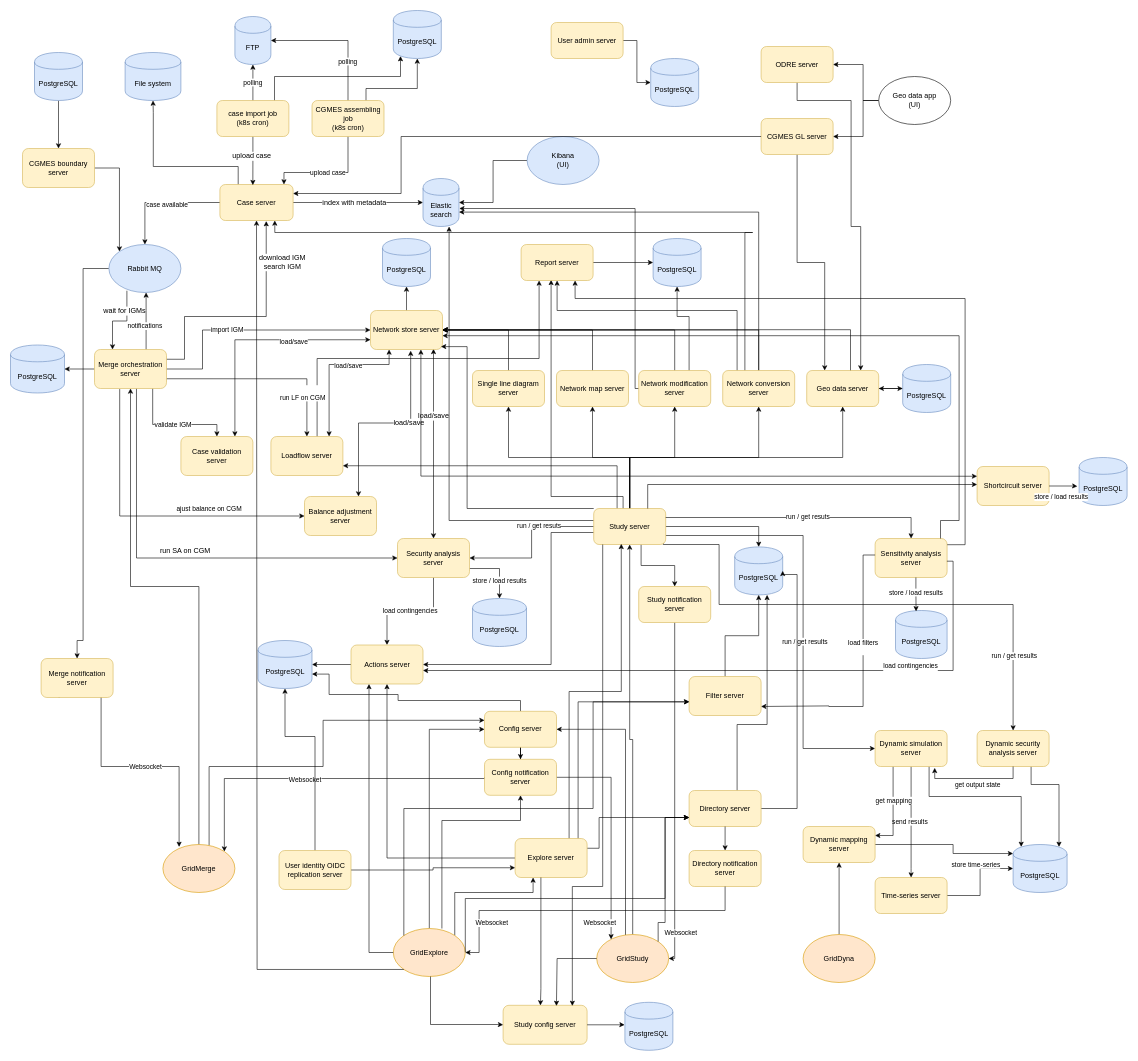
Before: diagrams/gridsuite_architecture.drawio in gridsuite/documentation, a draw.io diagram. Source tidied: cells renumbered, new cells numbered last; positions are measured from the earlier drawing's top-left corner, leaving out a move shared by most shapes. Both pictures are drawn from the tidied source at 60%, with x=0, y=0 at pixel (10, 10).
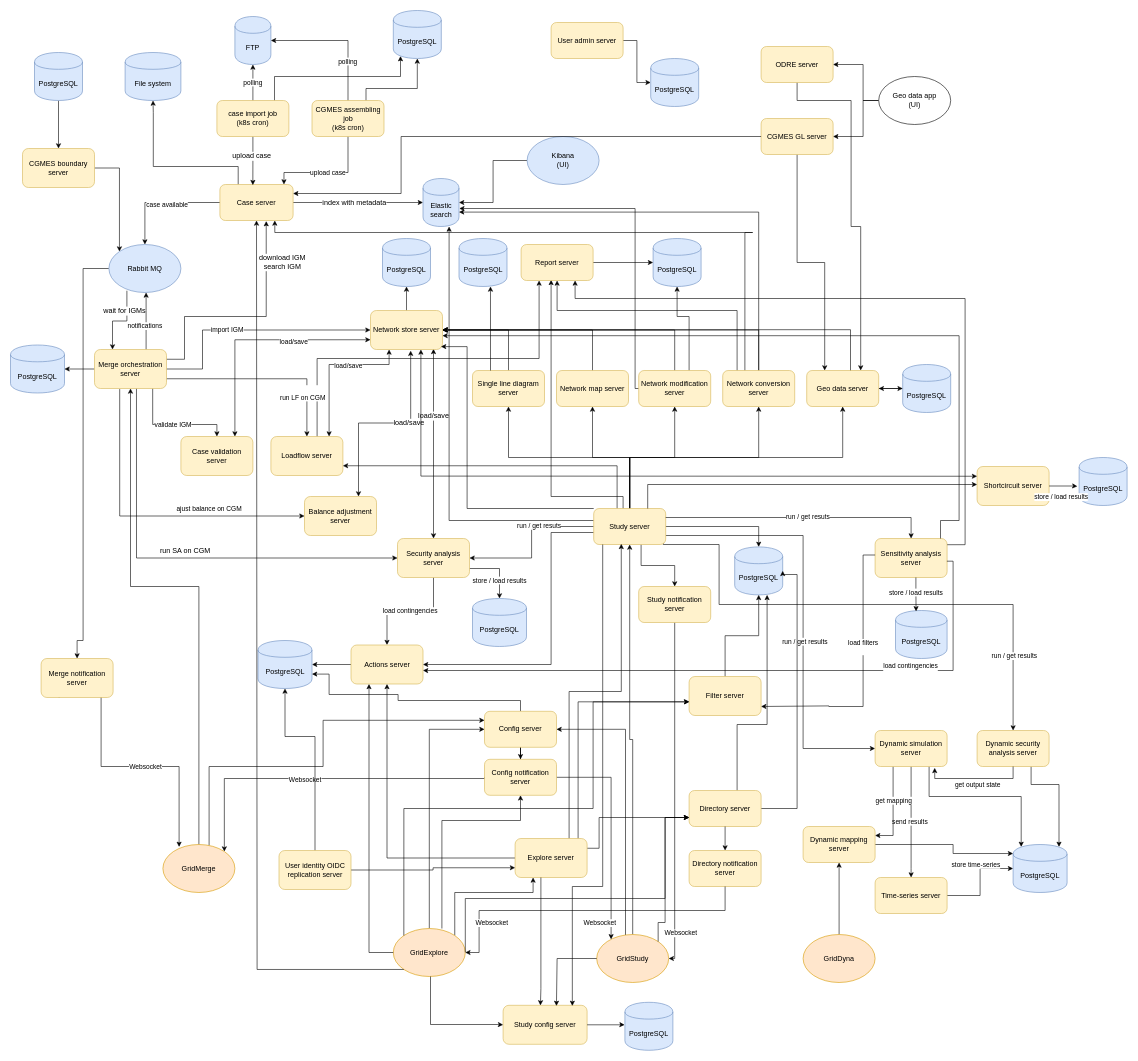
After the change.

Commit message (it also covers changes not shown here):
Doc update for single line diagram server : new database (#19)

The change refers to these unchanged cells:
```xml
<mxCell id="82" value="Single line diagram server" style="rounded=1;whiteSpace=wrap;html=1;fillColor=#fff2cc;strokeColor=#d6b656;" parent="1" vertex="1">
  <mxGeometry x="770" y="600" width="120" height="60" as="geometry" />
</mxCell>
```

The edit, as a diff of the source:
```diff
@@
+    <mxCell id="206" value="PostgreSQL" style="shape=cylinder;whiteSpace=wrap;html=1;boundedLbl=1;backgroundOutline=1;fillColor=#dae8fc;strokeColor=#6c8ebf;" parent="1" vertex="1">
+      <mxGeometry x="747.5" y="380" width="80" height="80" as="geometry" />
+    </mxCell>
+    <mxCell id="207" style="edgeStyle=orthogonalEdgeStyle;rounded=0;jettySize=auto;html=1;exitX=0.25;exitY=0;exitDx=0;exitDy=0;entryX=0.656;entryY=1;entryDx=0;entryDy=0;entryPerimeter=0;" parent="1" edge="1" source="82" target="206">
+      <mxGeometry relative="1" as="geometry" />
+    </mxCell>
```
